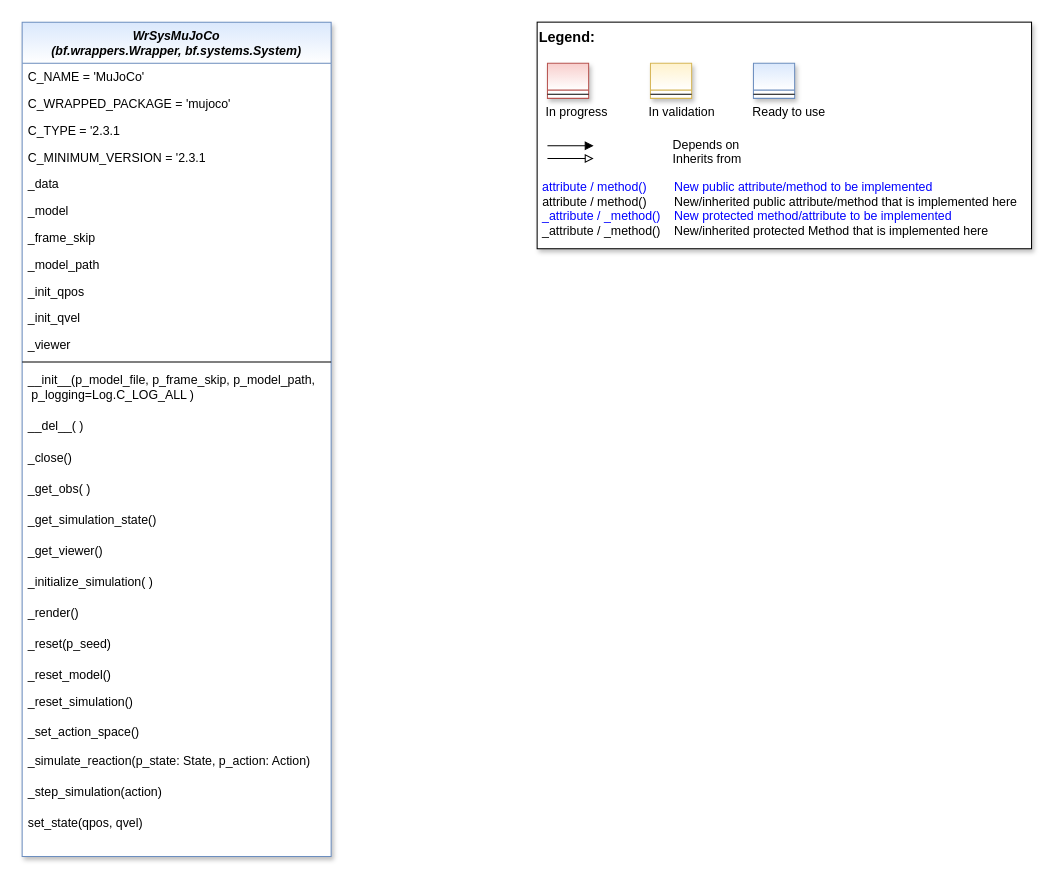
Above: doc/rtd/content/append2/core/images/wrappers/MLPro-Wrappers-Mujoco.drawio in fhswf/MLPro (draw.io), before the change. Source tidied: cells renumbered, new cells numbered last; positions are measured from the earlier drawing's top-left corner, leaving out a move shared by most shapes. Both pictures are drawn from the tidied source at 103%, with x=0, y=0 at pixel (22, 22).
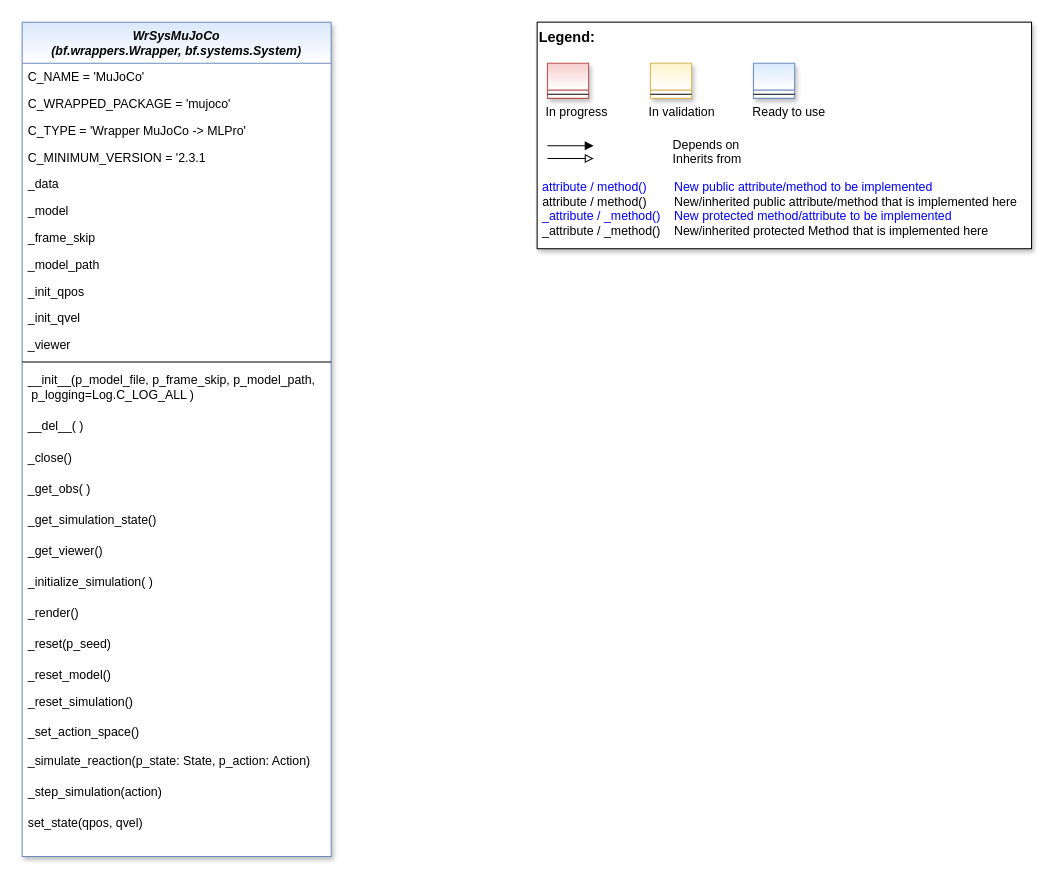
After the change.

The change refers to these unchanged cells:
```xml
<mxCell id="2" value="WrSysMuJoCo&#10;(bf.wrappers.Wrapper, bf.systems.System)" style="swimlane;fontStyle=3;align=center;verticalAlign=top;horizontal=1;startSize=40;rounded=0;shadow=1;strokeWidth=1;fillColor=#dae8fc;strokeColor=#6c8ebf;gradientColor=#ffffff;swimlaneFillColor=#ffffff;" parent="1" vertex="1">
  <mxGeometry width="300" height="810" as="geometry" />
</mxCell>
```

What changed in the source:
```diff
@@
-    <mxCell id="5" value="C_TYPE = '2.3.1" style="text;align=left;verticalAlign=top;spacingLeft=4;spacingRight=4;overflow=hidden;" parent="2" vertex="1">
+    <mxCell id="5" value="C_TYPE = 'Wrapper MuJoCo -&gt; MLPro'" style="text;align=left;verticalAlign=top;spacingLeft=4;spacingRight=4;overflow=hidden;" parent="2" vertex="1">
       <mxGeometry y="92" width="300" height="26" as="geometry" />
     </mxCell>
```
